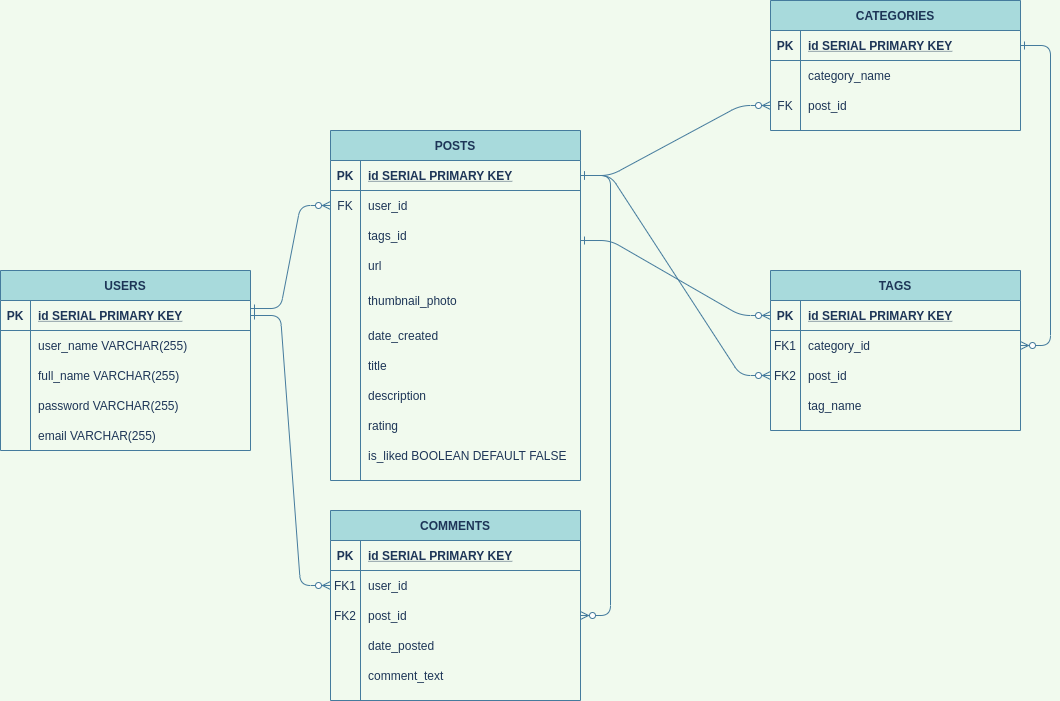
Earlier version of the draw.io export docs/LHL-midtem_Resource Wall.png (monica-li205/inPinity). Source tidied: cells renumbered, new cells last; positions are measured from the earlier drawing's top-left corner, leaving out a move shared by most shapes.
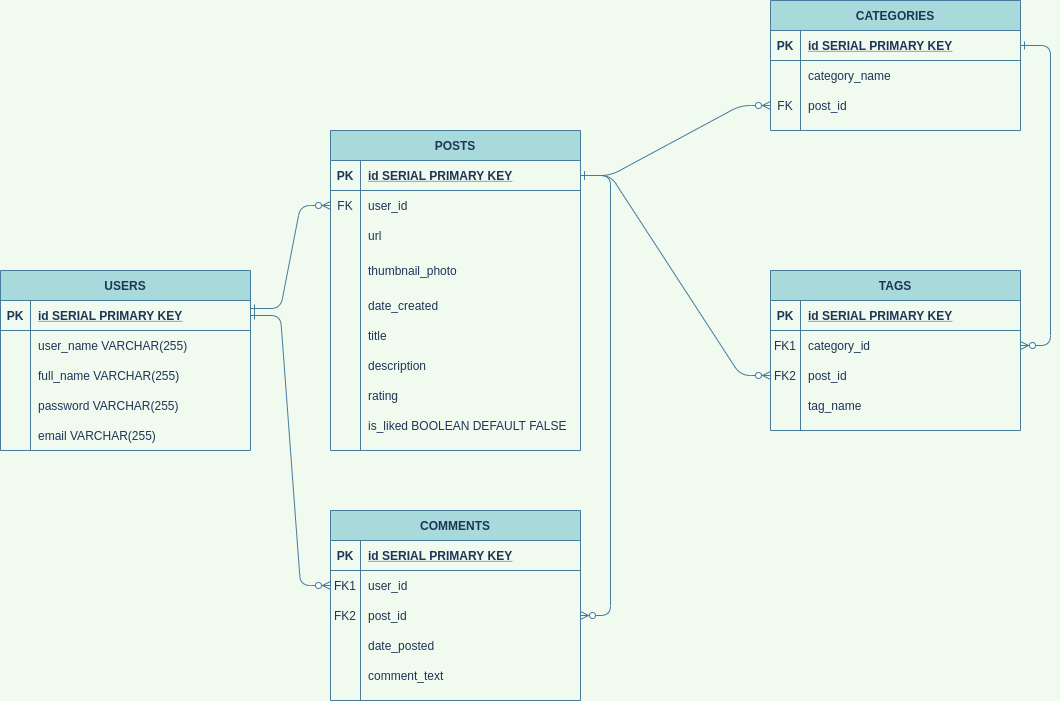
The same file after the commit.

Commit message:
fixed error in ERD where tags table was linked to post table twice

Diff of the diagram source:
```diff
@@ -9,7 +9,7 @@
       <mxGeometry relative="1" as="geometry" />
     </mxCell>
     <mxCell id="4" value="POSTS" style="shape=table;startSize=30;rowLines=0;fontStyle=1;align=center;fillColor=#A8DADC;strokeColor=#457B9D;fontColor=#1D3557;" parent="1" vertex="1">
-      <mxGeometry x="330" y="130" width="250" height="350" as="geometry" />
+      <mxGeometry x="330" y="130" width="250" height="320" as="geometry" />
     </mxCell>
     <mxCell id="5" style="shape=partialRectangle;fillColor=none;points=[[0,0.5],[1,0.5]];portConstraint=eastwest;top=0;left=0;right=0;bottom=1;strokeColor=#457B9D;fontColor=#1D3557;" parent="4" vertex="1">
       <mxGeometry y="30" width="250" height="30" as="geometry" />
@@ -29,17 +29,8 @@
     <mxCell id="10" value="user_id" style="shape=partialRectangle;overflow=hidden;fillColor=none;top=0;left=0;bottom=0;right=0;align=left;spacingLeft=6;strokeColor=#457B9D;fontColor=#1D3557;" parent="8" vertex="1">
       <mxGeometry x="30" width="220" height="30" as="geometry" />
     </mxCell>
-    <mxCell id="11" style="shape=partialRectangle;fillColor=none;top=0;left=0;right=0;bottom=0;strokeColor=#457B9D;fontColor=#1D3557;" parent="4" vertex="1">
-      <mxGeometry y="90" width="250" height="30" as="geometry" />
-    </mxCell>
-    <mxCell id="12" style="shape=partialRectangle;overflow=hidden;fillColor=none;top=0;left=0;bottom=0;right=0;strokeColor=#457B9D;fontColor=#1D3557;" parent="11" vertex="1">
-      <mxGeometry width="30" height="30" as="geometry" />
-    </mxCell>
-    <mxCell id="13" value="tags_id" style="shape=partialRectangle;overflow=hidden;fillColor=none;top=0;left=0;bottom=0;right=0;align=left;spacingLeft=6;strokeColor=#457B9D;fontColor=#1D3557;" parent="11" vertex="1">
-      <mxGeometry x="30" width="220" height="30" as="geometry" />
-    </mxCell>
     <mxCell id="14" style="shape=partialRectangle;fillColor=none;top=0;left=0;right=0;bottom=0;strokeColor=#457B9D;fontColor=#1D3557;" parent="4" vertex="1">
-      <mxGeometry y="120" width="250" height="30" as="geometry" />
+      <mxGeometry y="90" width="250" height="30" as="geometry" />
     </mxCell>
     <mxCell id="15" style="shape=partialRectangle;overflow=hidden;fillColor=none;top=0;left=0;bottom=0;right=0;strokeColor=#457B9D;fontColor=#1D3557;" parent="14" vertex="1">
       <mxGeometry width="30" height="30" as="geometry" />
@@ -48,7 +39,7 @@
       <mxGeometry x="30" width="220" height="30" as="geometry" />
     </mxCell>
     <mxCell id="17" style="shape=partialRectangle;fillColor=none;top=0;left=0;right=0;bottom=0;strokeColor=#457B9D;fontColor=#1D3557;" parent="4" vertex="1">
-      <mxGeometry y="150" width="250" height="40" as="geometry" />
+      <mxGeometry y="120" width="250" height="40" as="geometry" />
     </mxCell>
     <mxCell id="18" style="shape=partialRectangle;overflow=hidden;fillColor=none;top=0;left=0;bottom=0;right=0;strokeColor=#457B9D;fontColor=#1D3557;" parent="17" vertex="1">
       <mxGeometry width="30" height="40" as="geometry" />
@@ -57,7 +48,7 @@
       <mxGeometry x="30" width="220" height="40" as="geometry" />
     </mxCell>
     <mxCell id="20" style="shape=partialRectangle;fillColor=none;top=0;left=0;right=0;bottom=0;strokeColor=#457B9D;fontColor=#1D3557;" parent="4" vertex="1">
-      <mxGeometry y="190" width="250" height="30" as="geometry" />
+      <mxGeometry y="160" width="250" height="30" as="geometry" />
     </mxCell>
     <mxCell id="21" style="shape=partialRectangle;overflow=hidden;fillColor=none;top=0;left=0;bottom=0;right=0;strokeColor=#457B9D;fontColor=#1D3557;" parent="20" vertex="1">
       <mxGeometry width="30" height="30" as="geometry" />
@@ -66,7 +57,7 @@
       <mxGeometry x="30" width="220" height="30" as="geometry" />
     </mxCell>
     <mxCell id="23" style="shape=partialRectangle;fillColor=none;top=0;left=0;right=0;bottom=0;strokeColor=#457B9D;fontColor=#1D3557;" parent="4" vertex="1">
-      <mxGeometry y="220" width="250" height="30" as="geometry" />
+      <mxGeometry y="190" width="250" height="30" as="geometry" />
     </mxCell>
     <mxCell id="24" style="shape=partialRectangle;overflow=hidden;fillColor=none;top=0;left=0;bottom=0;right=0;strokeColor=#457B9D;fontColor=#1D3557;" parent="23" vertex="1">
       <mxGeometry width="30" height="30" as="geometry" />
@@ -75,7 +66,7 @@
       <mxGeometry x="30" width="220" height="30" as="geometry" />
     </mxCell>
     <mxCell id="26" style="shape=partialRectangle;fillColor=none;top=0;left=0;right=0;bottom=0;strokeColor=#457B9D;fontColor=#1D3557;" parent="4" vertex="1">
-      <mxGeometry y="250" width="250" height="30" as="geometry" />
+      <mxGeometry y="220" width="250" height="30" as="geometry" />
     </mxCell>
     <mxCell id="27" style="shape=partialRectangle;overflow=hidden;fillColor=none;top=0;left=0;bottom=0;right=0;strokeColor=#457B9D;fontColor=#1D3557;" parent="26" vertex="1">
       <mxGeometry width="30" height="30" as="geometry" />
@@ -84,7 +75,7 @@
       <mxGeometry x="30" width="220" height="30" as="geometry" />
     </mxCell>
     <mxCell id="29" style="shape=partialRectangle;fillColor=none;top=0;left=0;right=0;bottom=0;strokeColor=#457B9D;fontColor=#1D3557;" parent="4" vertex="1">
-      <mxGeometry y="280" width="250" height="30" as="geometry" />
+      <mxGeometry y="250" width="250" height="30" as="geometry" />
     </mxCell>
     <mxCell id="30" style="shape=partialRectangle;overflow=hidden;fillColor=none;top=0;left=0;bottom=0;right=0;strokeColor=#457B9D;fontColor=#1D3557;" parent="29" vertex="1">
       <mxGeometry width="30" height="30" as="geometry" />
@@ -93,7 +84,7 @@
       <mxGeometry x="30" width="220" height="30" as="geometry" />
     </mxCell>
     <mxCell id="32" style="shape=partialRectangle;fillColor=none;top=0;left=0;right=0;bottom=0;strokeColor=#457B9D;fontColor=#1D3557;" parent="4" vertex="1">
-      <mxGeometry y="310" width="250" height="30" as="geometry" />
+      <mxGeometry y="280" width="250" height="30" as="geometry" />
     </mxCell>
     <mxCell id="33" style="shape=partialRectangle;overflow=hidden;fillColor=none;top=0;left=0;bottom=0;right=0;strokeColor=#457B9D;fontColor=#1D3557;" parent="32" vertex="1">
       <mxGeometry width="30" height="30" as="geometry" />
@@ -278,10 +269,5 @@
     <mxCell id="93" style="edgeStyle=entityRelationEdgeStyle;endArrow=ERzeroToMany;startArrow=ERone;endFill=1;startFill=0;entryX=1;entryY=0.5;entryDx=0;entryDy=0;strokeColor=#457B9D;fontColor=#1D3557;labelBackgroundColor=#F1FAEE;exitX=1;exitY=0.5;exitDx=0;exitDy=0;" parent="1" edge="1" source="68" target="82">
       <mxGeometry relative="1" as="geometry" />
     </mxCell>
-    <mxCell id="94" style="edgeStyle=entityRelationEdgeStyle;endArrow=ERzeroToMany;startArrow=ERone;endFill=1;startFill=0;entryX=0;entryY=0.5;entryDx=0;entryDy=0;exitX=1;exitY=0.267;exitDx=0;exitDy=0;exitPerimeter=0;strokeColor=#457B9D;fontColor=#1D3557;labelBackgroundColor=#F1FAEE;" parent="1" edge="1" target="79">
-      <mxGeometry relative="1" as="geometry">
-        <mxPoint x="580" y="240" as="sourcePoint" />
-      </mxGeometry>
-    </mxCell>
   </root>
 </mxGraphModel>
```
